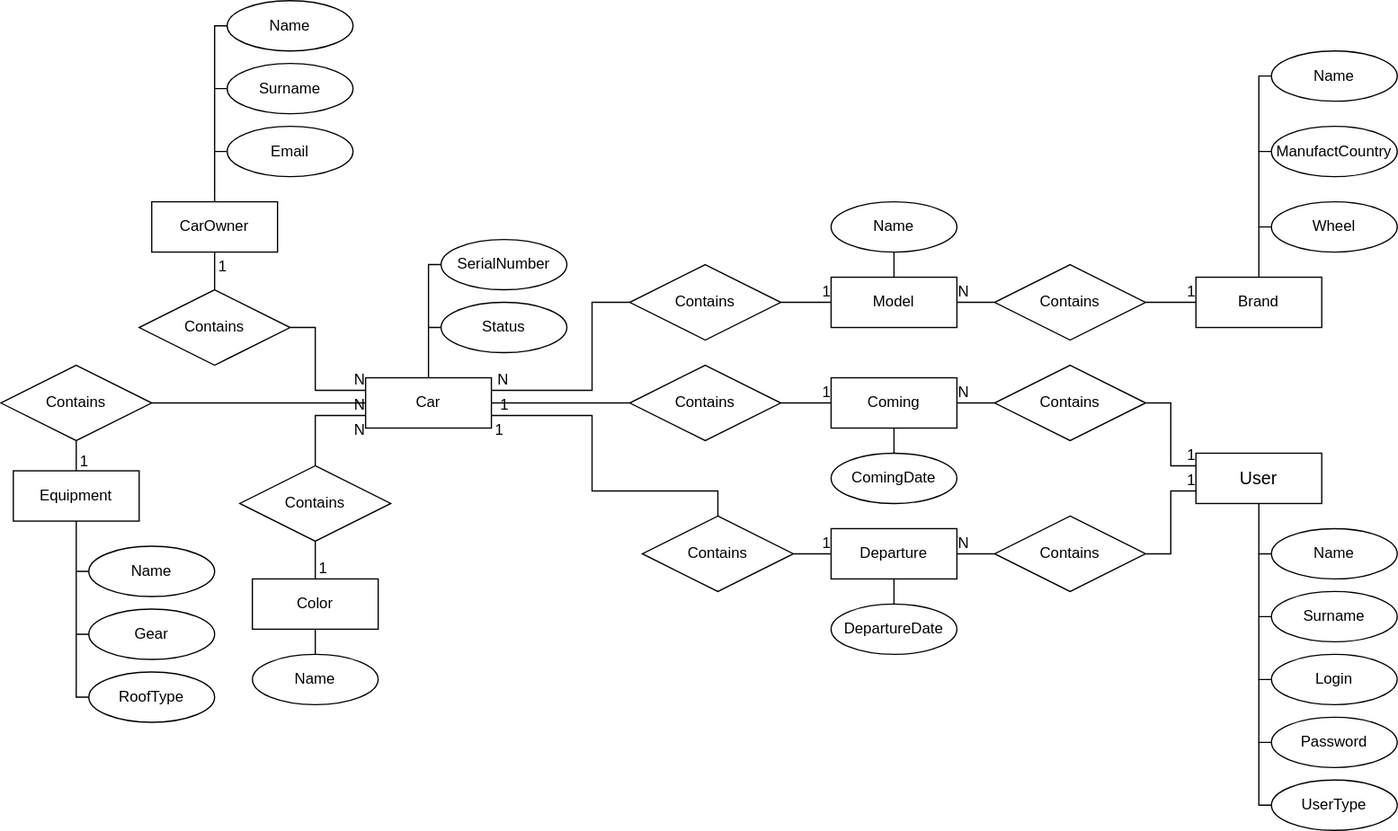
Before: docs/img/ER-diagram-Ch.svg, a diagram exported from draw.io (taaanechka/bmstu-6th-sd). Source tidied: cells renumbered, new cells last; positions are measured from the earlier drawing's top-left corner, leaving out a move shared by most shapes.
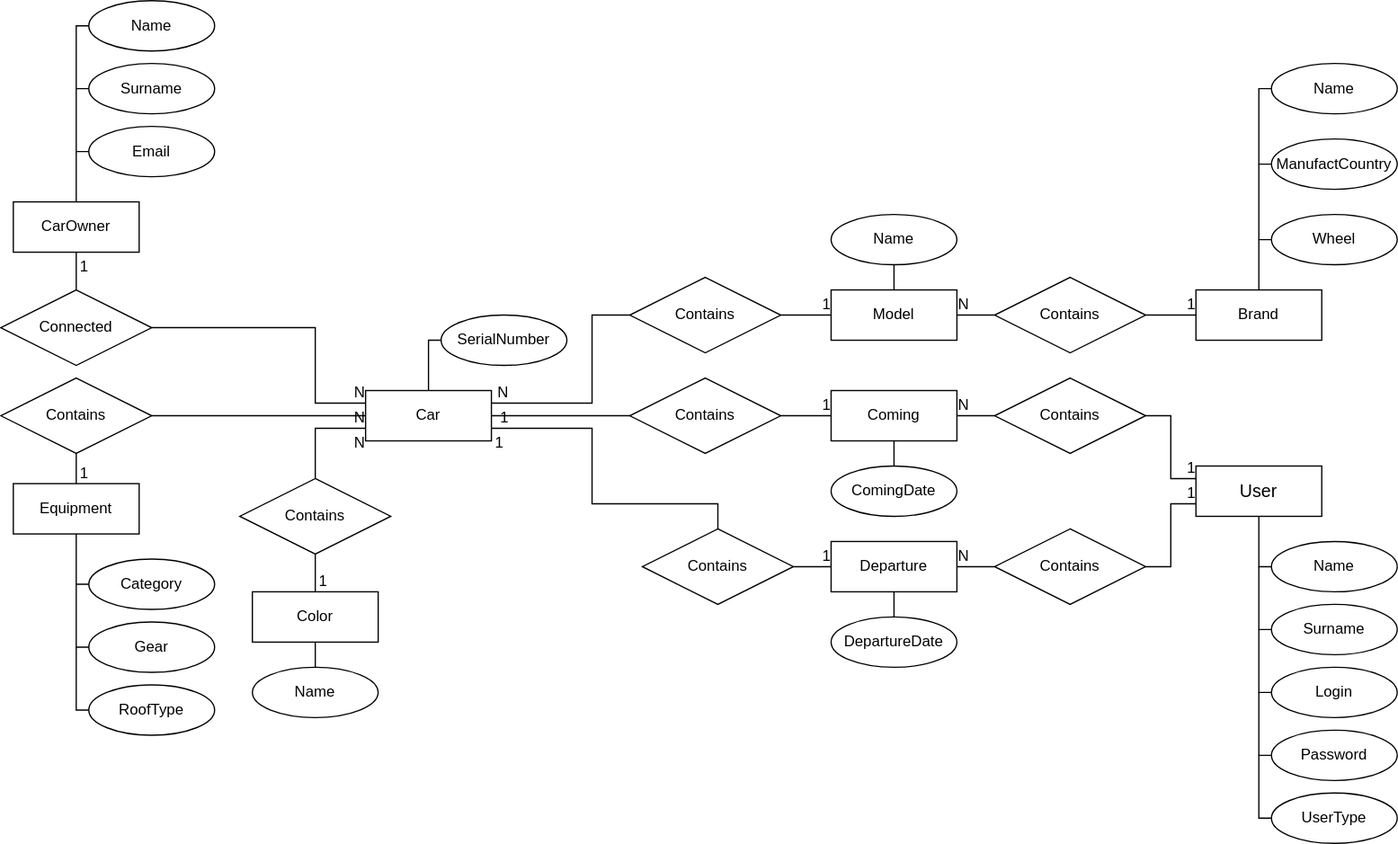
After the commit.

Change to the diagram source:
```diff
@@ -2,20 +2,20 @@
   <root>
     <mxCell id="0" />
     <mxCell id="1" parent="0" />
-    <mxCell id="2" value="Contains" style="shape=rhombus;perimeter=rhombusPerimeter;whiteSpace=wrap;html=1;align=center;" parent="1" vertex="1">
-      <mxGeometry x="110" y="230" width="120" height="60" as="geometry" />
+    <mxCell id="2" value="Connected" style="shape=rhombus;perimeter=rhombusPerimeter;whiteSpace=wrap;html=1;align=center;" parent="1" vertex="1">
+      <mxGeometry y="220" width="120" height="60" as="geometry" />
     </mxCell>
     <mxCell id="3" value="&lt;span&gt;Email&lt;/span&gt;" style="ellipse;whiteSpace=wrap;html=1;align=center;" parent="1" vertex="1">
-      <mxGeometry x="180" y="100" width="100" height="40" as="geometry" />
+      <mxGeometry x="70" y="90" width="100" height="40" as="geometry" />
     </mxCell>
     <mxCell id="4" value="CarOwner" style="whiteSpace=wrap;html=1;align=center;" parent="1" vertex="1">
-      <mxGeometry x="120" y="160" width="100" height="40" as="geometry" />
+      <mxGeometry x="10" y="150" width="100" height="40" as="geometry" />
     </mxCell>
     <mxCell id="5" value="Surname" style="ellipse;whiteSpace=wrap;html=1;align=center;" parent="1" vertex="1">
-      <mxGeometry x="180" y="50" width="100" height="40" as="geometry" />
+      <mxGeometry x="70" y="40" width="100" height="40" as="geometry" />
     </mxCell>
     <mxCell id="6" value="Name" style="ellipse;whiteSpace=wrap;html=1;align=center;" parent="1" vertex="1">
-      <mxGeometry x="180" width="100" height="40" as="geometry" />
+      <mxGeometry x="70" y="-10" width="100" height="40" as="geometry" />
     </mxCell>
     <mxCell id="7" value="Car" style="whiteSpace=wrap;html=1;align=center;" parent="1" vertex="1">
       <mxGeometry x="290" y="300" width="100" height="40" as="geometry" />
@@ -29,7 +29,7 @@
     <mxCell id="10" value="Name" style="ellipse;whiteSpace=wrap;html=1;align=center;" parent="1" vertex="1">
       <mxGeometry x="200" y="520" width="100" height="40" as="geometry" />
     </mxCell>
-    <mxCell id="11" value="Name" style="ellipse;whiteSpace=wrap;html=1;align=center;" parent="1" vertex="1">
+    <mxCell id="11" value="Category" style="ellipse;whiteSpace=wrap;html=1;align=center;" parent="1" vertex="1">
       <mxGeometry x="70" y="434" width="100" height="40" as="geometry" />
     </mxCell>
     <mxCell id="12" value="Gear" style="ellipse;whiteSpace=wrap;html=1;align=center;" parent="1" vertex="1">
@@ -65,12 +65,9 @@
     <mxCell id="22" value="DepartureDate" style="ellipse;whiteSpace=wrap;html=1;align=center;" parent="1" vertex="1">
       <mxGeometry x="660" y="480" width="100" height="40" as="geometry" />
     </mxCell>
-    <mxCell id="23" value="Status" style="ellipse;whiteSpace=wrap;html=1;align=center;" parent="1" vertex="1">
+    <mxCell id="23" value="SerialNumber" style="ellipse;whiteSpace=wrap;html=1;align=center;" parent="1" vertex="1">
       <mxGeometry x="350" y="240" width="100" height="40" as="geometry" />
     </mxCell>
-    <mxCell id="24" value="&lt;span&gt;SerialNumber&lt;/span&gt;" style="ellipse;whiteSpace=wrap;html=1;align=center;" parent="1" vertex="1">
-      <mxGeometry x="350" y="190" width="100" height="40" as="geometry" />
-    </mxCell>
     <mxCell id="25" value="Contains" style="shape=rhombus;perimeter=rhombusPerimeter;whiteSpace=wrap;html=1;align=center;" parent="1" vertex="1">
       <mxGeometry x="500" y="290" width="120" height="60" as="geometry" />
     </mxCell>
@@ -175,7 +172,7 @@
     <mxCell id="50" style="endArrow=none;html=1;rounded=0;exitX=1;exitY=0.5;exitDx=0;exitDy=0;entryX=0;entryY=0.25;entryDx=0;entryDy=0;" parent="1" edge="1" source="2" target="7">
       <mxGeometry relative="1" as="geometry">
         <Array as="points">
-          <mxPoint x="250" y="260" />
+          <mxPoint x="250" y="250" />
           <mxPoint x="250" y="310" />
         </Array>
       </mxGeometry>
@@ -194,23 +191,23 @@
     <mxCell id="54" style="endArrow=none;html=1;rounded=0;entryX=0.5;entryY=0;entryDx=0;entryDy=0;exitX=0;exitY=0.5;exitDx=0;exitDy=0;" parent="1" edge="1" source="3" target="4">
       <mxGeometry relative="1" as="geometry">
         <Array as="points">
-          <mxPoint x="170" y="120" />
+          <mxPoint x="60" y="110" />
         </Array>
       </mxGeometry>
     </mxCell>
     <mxCell id="55" style="endArrow=none;html=1;rounded=0;exitX=0;exitY=0.5;exitDx=0;exitDy=0;" parent="1" edge="1" source="5">
       <mxGeometry relative="1" as="geometry">
-        <mxPoint x="170" y="120" as="targetPoint" />
+        <mxPoint x="60" y="110" as="targetPoint" />
         <Array as="points">
-          <mxPoint x="170" y="70" />
+          <mxPoint x="60" y="60" />
         </Array>
       </mxGeometry>
     </mxCell>
     <mxCell id="56" style="endArrow=none;html=1;rounded=0;exitX=0;exitY=0.5;exitDx=0;exitDy=0;" parent="1" edge="1" source="6">
       <mxGeometry relative="1" as="geometry">
-        <mxPoint x="170" y="70" as="targetPoint" />
+        <mxPoint x="60" y="60" as="targetPoint" />
         <Array as="points">
-          <mxPoint x="170" y="20" />
+          <mxPoint x="60" y="10" />
         </Array>
       </mxGeometry>
     </mxCell>
@@ -393,14 +390,6 @@
         </Array>
       </mxGeometry>
     </mxCell>
-    <mxCell id="93" style="endArrow=none;html=1;rounded=0;entryX=0;entryY=0.5;entryDx=0;entryDy=0;" parent="1" edge="1" target="24">
-      <mxGeometry relative="1" as="geometry">
-        <mxPoint x="340" y="260" as="sourcePoint" />
-        <Array as="points">
-          <mxPoint x="340" y="210" />
-        </Array>
-      </mxGeometry>
-    </mxCell>
     <mxCell id="94" style="endArrow=none;html=1;rounded=0;exitX=0;exitY=0.5;exitDx=0;exitDy=0;" parent="1" edge="1" source="90">
       <mxGeometry relative="1" as="geometry">
         <mxPoint x="1000" y="540" as="targetPoint" />
```
